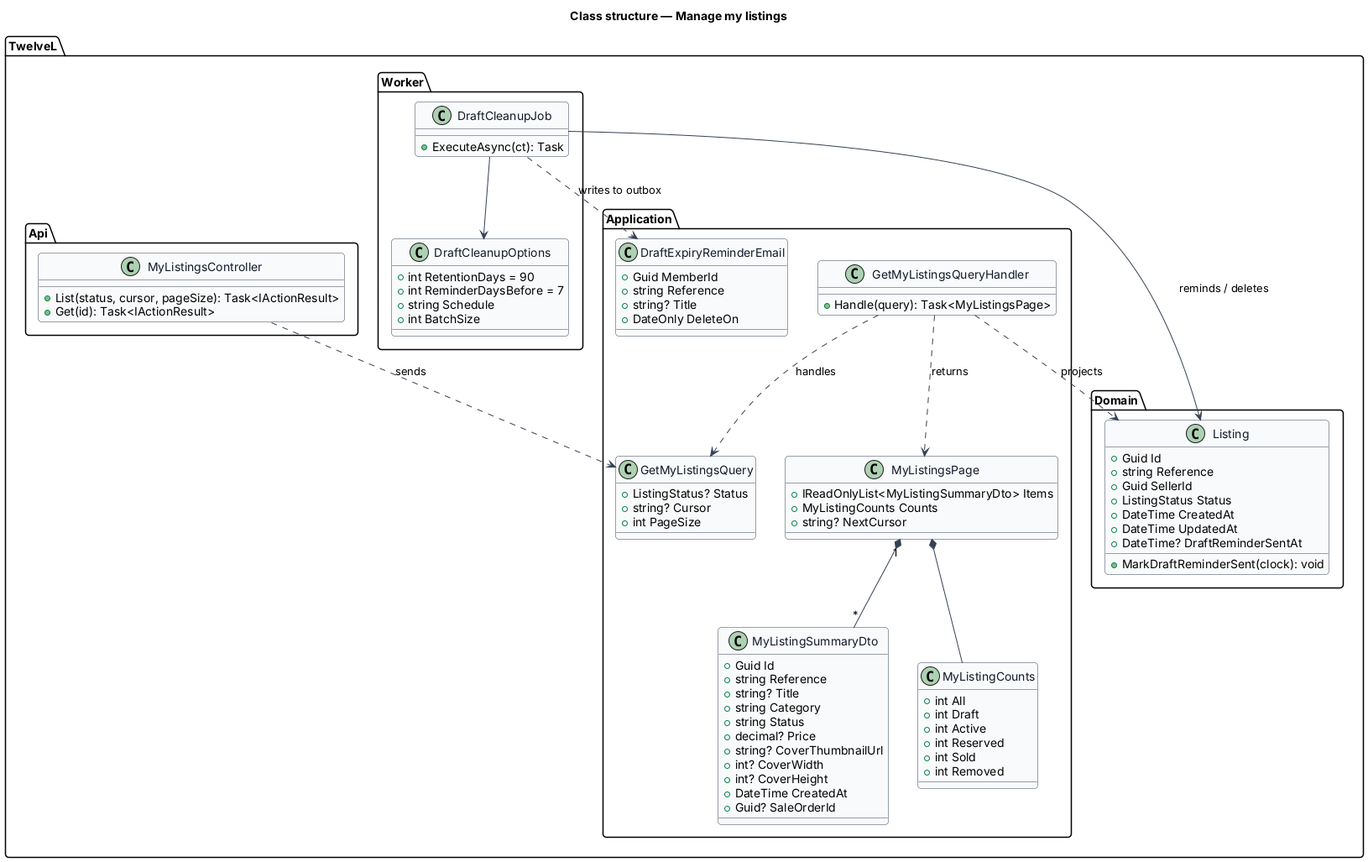
QuinntyneBrown/12l keeps this PlantUML diagram as docs/detailed-designs/listings/manage-my-listings/diagrams/class-structure.png. Above is the earlier version. Source of this version:
```plantuml
@startuml
skinparam backgroundColor #FFFFFF
skinparam shadowing false
skinparam roundcorner 8
skinparam defaultFontName Arial
skinparam ArrowColor #344054
skinparam class {
  BorderColor #344054
  FontColor #101828
  BackgroundColor #F9FAFB
}
title Class structure — Manage my listings

package "TwelveL.Application" {
  class GetMyListingsQuery {
    +ListingStatus? Status
    +string? Cursor
    +int PageSize
  }
  class GetMyListingsQueryHandler {
    +Handle(query): Task<MyListingsPage>
  }
  class MyListingsPage {
    +IReadOnlyList<MyListingSummaryDto> Items
    +MyListingCounts Counts
    +string? NextCursor
  }
  class MyListingSummaryDto {
    +Guid Id
    +string Reference
    +string? Title
    +string Category
    +string Status
    +decimal? Price
    +string? CoverThumbnailUrl
    +int? CoverWidth
    +int? CoverHeight
    +DateTime CreatedAt
    +Guid? SaleOrderId
  }
  class MyListingCounts {
    +int All
    +int Draft
    +int Active
    +int Reserved
    +int Sold
    +int Removed
  }
  class DraftExpiryReminderEmail {
    +Guid MemberId
    +string Reference
    +string? Title
    +DateOnly DeleteOn
  }
}

package "TwelveL.Domain" {
  class Listing {
    +Guid Id
    +string Reference
    +Guid SellerId
    +ListingStatus Status
    +DateTime CreatedAt
    +DateTime UpdatedAt
    +DateTime? DraftReminderSentAt
    +MarkDraftReminderSent(clock): void
  }
}

package "TwelveL.Worker" {
  class DraftCleanupJob {
    +ExecuteAsync(ct): Task
  }
  class DraftCleanupOptions {
    +int RetentionDays = 90
    +int ReminderDaysBefore = 7
    +string Schedule
    +int BatchSize
  }
}

package "TwelveL.Api" {
  class MyListingsController {
    +List(status, cursor, pageSize): Task<IActionResult>
    +Get(id): Task<IActionResult>
  }
}

MyListingsController ..> GetMyListingsQuery : sends
GetMyListingsQueryHandler ..> GetMyListingsQuery : handles
GetMyListingsQueryHandler ..> MyListingsPage : returns
MyListingsPage "1" *-- "*" MyListingSummaryDto
MyListingsPage *-- MyListingCounts
GetMyListingsQueryHandler ..> Listing : projects
DraftCleanupJob --> Listing : reminds / deletes
DraftCleanupJob ..> DraftExpiryReminderEmail : writes to outbox
DraftCleanupJob --> DraftCleanupOptions
@enduml
```
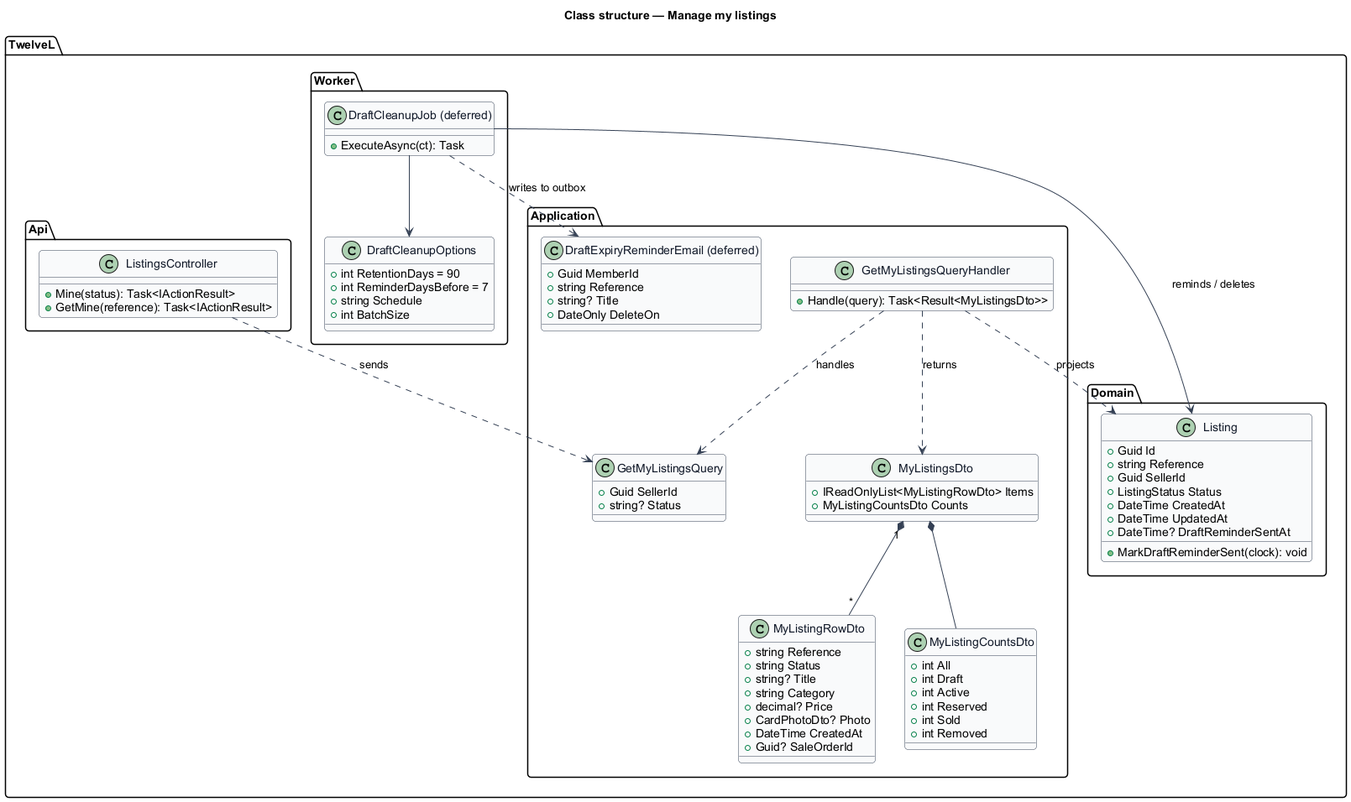
After the change.

Change to the diagram source:
```diff
@@ -13,32 +13,27 @@
 
 package "TwelveL.Application" {
   class GetMyListingsQuery {
-    +ListingStatus? Status
-    +string? Cursor
-    +int PageSize
+    +Guid SellerId
+    +string? Status
   }
   class GetMyListingsQueryHandler {
-    +Handle(query): Task<MyListingsPage>
+    +Handle(query): Task<Result<MyListingsDto>>
   }
-  class MyListingsPage {
-    +IReadOnlyList<MyListingSummaryDto> Items
-    +MyListingCounts Counts
-    +string? NextCursor
+  class MyListingsDto {
+    +IReadOnlyList<MyListingRowDto> Items
+    +MyListingCountsDto Counts
   }
-  class MyListingSummaryDto {
-    +Guid Id
+  class MyListingRowDto {
     +string Reference
+    +string Status
     +string? Title
     +string Category
-    +string Status
     +decimal? Price
-    +string? CoverThumbnailUrl
-    +int? CoverWidth
-    +int? CoverHeight
+    +CardPhotoDto? Photo
     +DateTime CreatedAt
     +Guid? SaleOrderId
   }
-  class MyListingCounts {
+  class MyListingCountsDto {
     +int All
     +int Draft
     +int Active
@@ -46,7 +41,7 @@
     +int Sold
     +int Removed
   }
-  class DraftExpiryReminderEmail {
+  class "DraftExpiryReminderEmail (deferred)" as DraftExpiryReminderEmail {
     +Guid MemberId
     +string Reference
     +string? Title
@@ -68,7 +63,7 @@
 }
 
 package "TwelveL.Worker" {
-  class DraftCleanupJob {
+  class "DraftCleanupJob (deferred)" as DraftCleanupJob {
     +ExecuteAsync(ct): Task
   }
   class DraftCleanupOptions {
@@ -80,17 +75,17 @@
 }
 
 package "TwelveL.Api" {
-  class MyListingsController {
-    +List(status, cursor, pageSize): Task<IActionResult>
-    +Get(id): Task<IActionResult>
+  class ListingsController {
+    +Mine(status): Task<IActionResult>
+    +GetMine(reference): Task<IActionResult>
   }
 }
 
-MyListingsController ..> GetMyListingsQuery : sends
+ListingsController ..> GetMyListingsQuery : sends
 GetMyListingsQueryHandler ..> GetMyListingsQuery : handles
-GetMyListingsQueryHandler ..> MyListingsPage : returns
-MyListingsPage "1" *-- "*" MyListingSummaryDto
-MyListingsPage *-- MyListingCounts
+GetMyListingsQueryHandler ..> MyListingsDto : returns
+MyListingsDto "1" *-- "*" MyListingRowDto
+MyListingsDto *-- MyListingCountsDto
 GetMyListingsQueryHandler ..> Listing : projects
 DraftCleanupJob --> Listing : reminds / deletes
 DraftCleanupJob ..> DraftExpiryReminderEmail : writes to outbox
```
